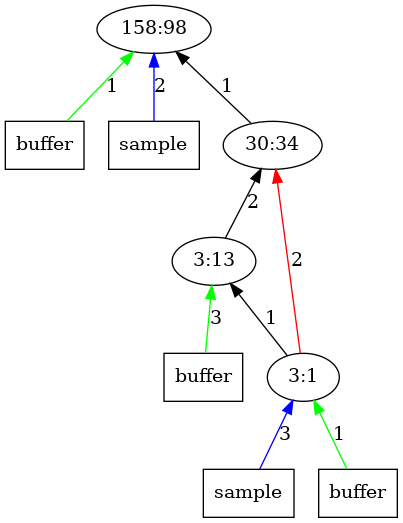
AbhikKhan/MTP_IITG keeps this Graphviz diagram as outputImages/op98.png.png. Above is the earlier version. Its source is kept beside it as outputTrees/op98.dot. Source of this version:
```dot
digraph Tree{
	rankdir="BT"
	x12 -> 1 [label = "1", color = "green"];
	x12 [label = "buffer", shape = "box"];
	x11 -> 1 [label = "2", color = "blue"];
	x11 [label = "sample", shape = "box"];
	1 [label = "158:98"];
	2 -> 1 [label = "1", color = "black"];
	2 [label = "30:34"];
	3 -> 2 [label = "2", color = "black"];
	x32 -> 3 [label = "3", color = "green"];
	x32 [label = "buffer", shape = "box"];
	3 [label = "3:13"];
	4 -> 3 [label = "1", color = "black"];
	4 -> 2 [label = "2", color = "red"];
	x41 -> 4 [label = "3", color = "blue"];
	x41 [label = "sample", shape = "box"];
	x42 -> 4 [label = "1", color = "green"];
	x42 [label = "buffer", shape = "box"];
	4 [label = "3:1"];
}
```
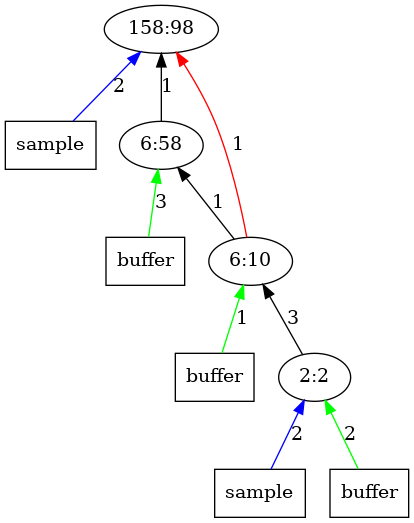
After the commit.

Change to the diagram source:
```diff
@@ -1,21 +1,21 @@
 digraph Tree{
 	rankdir="BT"
-	x12 -> 1 [label = "1", color = "green"];
-	x12 [label = "buffer", shape = "box"];
 	x11 -> 1 [label = "2", color = "blue"];
 	x11 [label = "sample", shape = "box"];
 	1 [label = "158:98"];
+	x22 -> 2 [label = "3", color = "green"];
+	x22 [label = "buffer", shape = "box"];
 	2 -> 1 [label = "1", color = "black"];
-	2 [label = "30:34"];
-	3 -> 2 [label = "2", color = "black"];
-	x32 -> 3 [label = "3", color = "green"];
+	2 [label = "6:58"];
+	x32 -> 3 [label = "1", color = "green"];
 	x32 [label = "buffer", shape = "box"];
-	3 [label = "3:13"];
-	4 -> 3 [label = "1", color = "black"];
-	4 -> 2 [label = "2", color = "red"];
-	x41 -> 4 [label = "3", color = "blue"];
+	3 -> 2 [label = "1", color = "black"];
+	3 -> 1 [label = "1", color = "red"];
+	3 [label = "6:10"];
+	4 -> 3 [label = "3", color = "black"];
+	x41 -> 4 [label = "2", color = "blue"];
 	x41 [label = "sample", shape = "box"];
-	x42 -> 4 [label = "1", color = "green"];
+	x42 -> 4 [label = "2", color = "green"];
 	x42 [label = "buffer", shape = "box"];
-	4 [label = "3:1"];
+	4 [label = "2:2"];
 }
```
